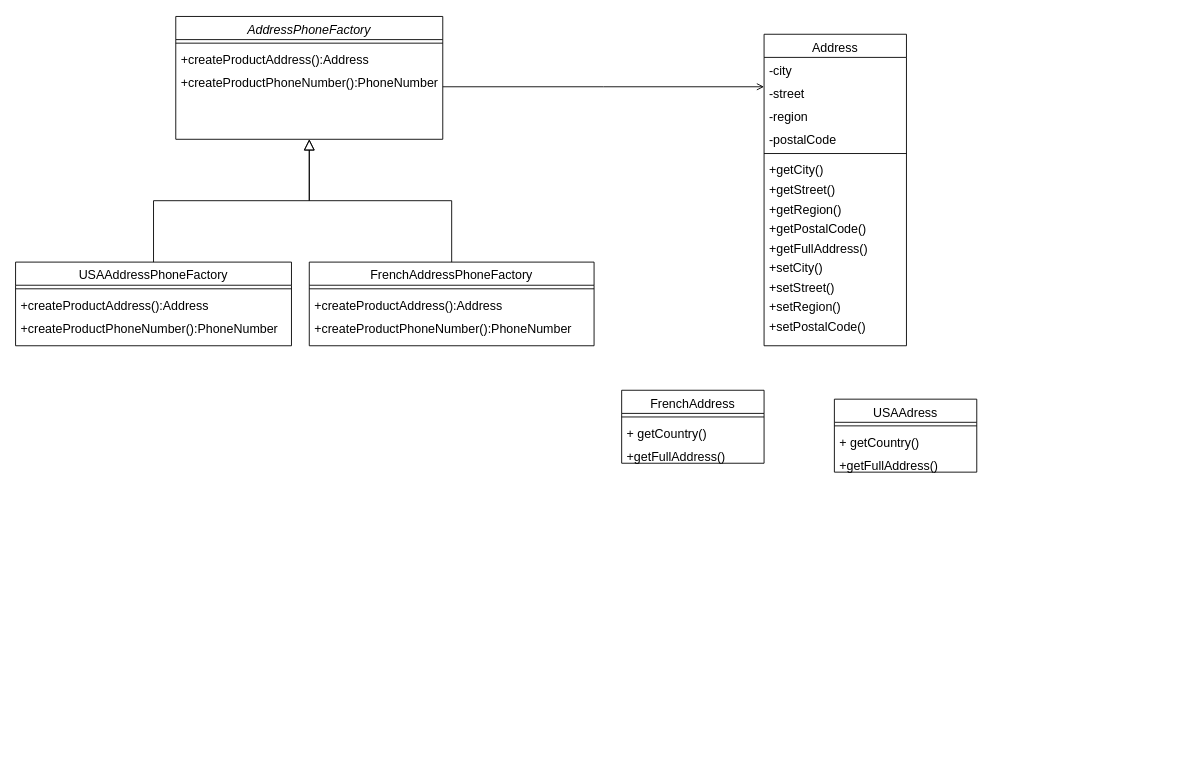
The draw.io diagram Seminar2.drawio in PanJr0109/PanJr0109, before the edit. Source tidied: cells renumbered, new cells numbered last; positions are measured from the earlier drawing's top-left corner, leaving out a move shared by most shapes. Both pictures are drawn from the tidied source at 89%, with x=0, y=0 at pixel (15, 16).
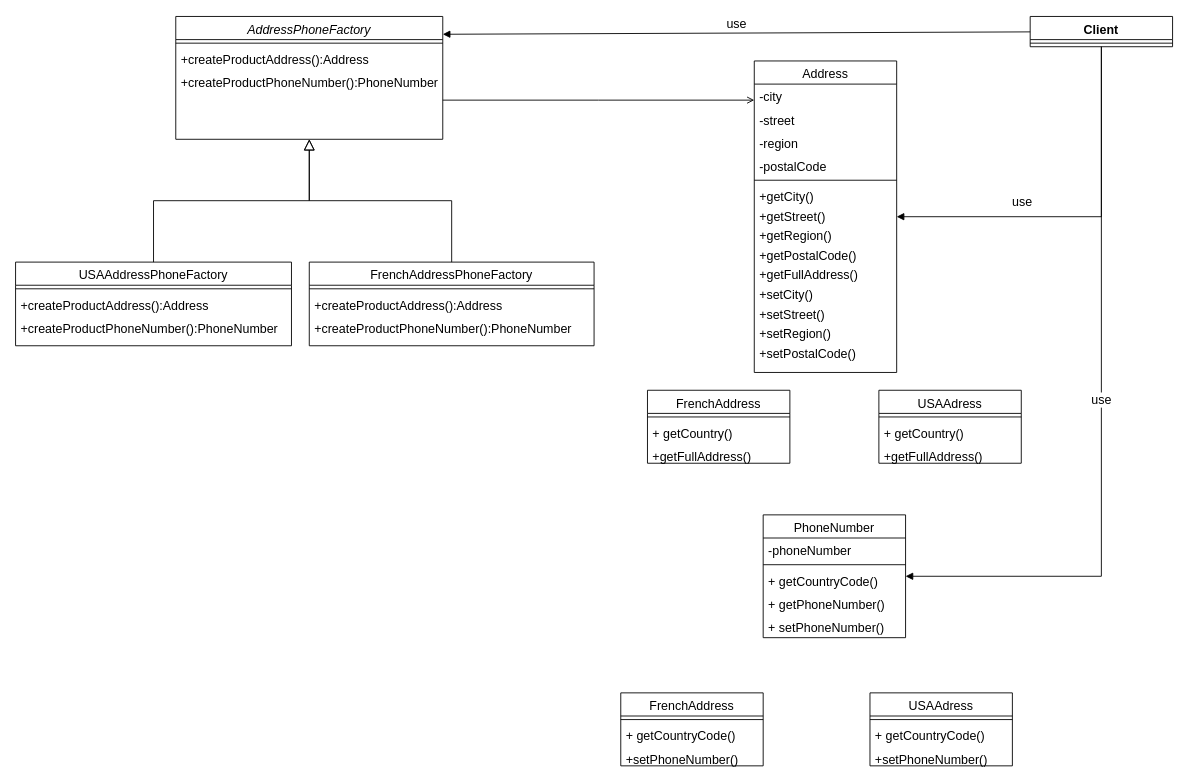
The same page after the edit.

The edit, as a diff of the source:
```diff
@@
     <mxCell id="16" value="Address" style="swimlane;fontStyle=0;align=center;verticalAlign=top;horizontal=1;startSize=26;rounded=0;shadow=0;strokeWidth=1;fontSize=14;" parent="1" vertex="1">
-      <mxGeometry x="841" y="20" width="160" height="350" as="geometry" />
+      <mxGeometry x="830" y="50" width="160" height="350" as="geometry" />
     </mxCell>
@@
     <mxCell id="32" value="FrenchAddress" style="swimlane;fontStyle=0;align=center;verticalAlign=top;horizontal=1;startSize=26;fontSize=14;" parent="1" vertex="1">
-      <mxGeometry x="681" y="420" width="160" height="82" as="geometry" />
+      <mxGeometry x="710" y="420" width="160" height="82" as="geometry" />
     </mxCell>
@@
     <mxCell id="36" value="USAAdress" style="swimlane;fontStyle=0;align=center;verticalAlign=top;horizontal=1;startSize=26;fontSize=14;" parent="1" vertex="1">
-      <mxGeometry x="920" y="430" width="160" height="82" as="geometry" />
+      <mxGeometry x="970" y="420" width="160" height="82" as="geometry" />
     </mxCell>
@@
+    <mxCell id="40" value="PhoneNumber" style="swimlane;fontStyle=0;align=center;verticalAlign=top;horizontal=1;startSize=26;fontSize=14;" parent="1" vertex="1">
+      <mxGeometry x="840" y="560" width="160" height="138" as="geometry" />
+    </mxCell>
+    <mxCell id="41" value="-phoneNumber" style="text;strokeColor=none;fillColor=none;align=left;verticalAlign=top;spacingLeft=4;spacingRight=4;overflow=hidden;fontSize=14;" parent="40" vertex="1">
+      <mxGeometry y="26" width="160" height="26" as="geometry" />
+    </mxCell>
+    <mxCell id="42" style="line;strokeWidth=1;fillColor=none;align=left;verticalAlign=middle;spacingTop=-1;spacingLeft=3;spacingRight=3;labelPosition=right;fontSize=14;" parent="40" vertex="1">
+      <mxGeometry y="52" width="160" height="8" as="geometry" />
+    </mxCell>
+    <mxCell id="43" value="+ getCountryCode()&#10;" style="text;strokeColor=none;fillColor=none;align=left;verticalAlign=top;spacingLeft=4;spacingRight=4;overflow=hidden;fontSize=14;" parent="40" vertex="1">
+      <mxGeometry y="60" width="160" height="26" as="geometry" />
+    </mxCell>
+    <mxCell id="44" value="+ getPhoneNumber()&#10;" style="text;strokeColor=none;fillColor=none;align=left;verticalAlign=top;spacingLeft=4;spacingRight=4;overflow=hidden;fontSize=14;" parent="40" vertex="1">
+      <mxGeometry y="86" width="160" height="26" as="geometry" />
+    </mxCell>
+    <mxCell id="45" value="+ setPhoneNumber()&#10;" style="text;strokeColor=none;fillColor=none;align=left;verticalAlign=top;spacingLeft=4;spacingRight=4;overflow=hidden;fontSize=14;" parent="40" vertex="1">
+      <mxGeometry y="112" width="160" height="26" as="geometry" />
+    </mxCell>
+    <mxCell id="46" value="FrenchAddress" style="swimlane;fontStyle=0;align=center;verticalAlign=top;horizontal=1;startSize=26;fontSize=14;" parent="1" vertex="1">
+      <mxGeometry x="680" y="760" width="160" height="82" as="geometry" />
+    </mxCell>
+    <mxCell id="47" style="line;strokeWidth=1;fillColor=none;align=left;verticalAlign=middle;spacingTop=-1;spacingLeft=3;spacingRight=3;labelPosition=right;fontSize=14;" parent="46" vertex="1">
+      <mxGeometry y="26" width="160" height="8" as="geometry" />
+    </mxCell>
+    <mxCell id="48" value="+ getCountryCode()&#10;" style="text;strokeColor=none;fillColor=none;align=left;verticalAlign=top;spacingLeft=4;spacingRight=4;overflow=hidden;fontSize=14;" parent="46" vertex="1">
+      <mxGeometry y="34" width="160" height="26" as="geometry" />
+    </mxCell>
+    <mxCell id="49" value="+setPhoneNumber()&#10;&#10;" style="text;align=left;verticalAlign=top;spacingLeft=4;spacingRight=4;overflow=hidden;fontSize=14;" parent="46" vertex="1">
+      <mxGeometry y="60" width="160" height="22" as="geometry" />
+    </mxCell>
+    <mxCell id="50" value="USAAdress" style="swimlane;fontStyle=0;align=center;verticalAlign=top;horizontal=1;startSize=26;fontSize=14;" parent="1" vertex="1">
+      <mxGeometry x="960" y="760" width="160" height="82" as="geometry" />
+    </mxCell>
+    <mxCell id="51" style="line;strokeWidth=1;fillColor=none;align=left;verticalAlign=middle;spacingTop=-1;spacingLeft=3;spacingRight=3;labelPosition=right;fontSize=14;" parent="50" vertex="1">
+      <mxGeometry y="26" width="160" height="8" as="geometry" />
+    </mxCell>
+    <mxCell id="52" value="+ getCountryCode()&#10;" style="text;strokeColor=none;fillColor=none;align=left;verticalAlign=top;spacingLeft=4;spacingRight=4;overflow=hidden;fontSize=14;" parent="50" vertex="1">
+      <mxGeometry y="34" width="160" height="26" as="geometry" />
+    </mxCell>
+    <mxCell id="53" value="+setPhoneNumber()&#10;&#10;" style="text;align=left;verticalAlign=top;spacingLeft=4;spacingRight=4;overflow=hidden;fontSize=14;" parent="50" vertex="1">
+      <mxGeometry y="60" width="160" height="22" as="geometry" />
+    </mxCell>
+    <mxCell id="54" value="Client" style="swimlane;fontStyle=1;align=center;verticalAlign=top;horizontal=1;startSize=26;fontSize=14;" parent="1" vertex="1">
+      <mxGeometry x="1140" width="160" height="34" as="geometry" />
+    </mxCell>
+    <mxCell id="55" style="line;strokeWidth=1;fillColor=none;align=left;verticalAlign=middle;spacingTop=-1;spacingLeft=3;spacingRight=3;labelPosition=right;fontSize=14;" parent="54" vertex="1">
+      <mxGeometry y="26" width="160" height="8" as="geometry" />
+    </mxCell>
+    <mxCell id="56" value="use" style="html=1;verticalAlign=bottom;endArrow=block;rounded=0;fontSize=14;" parent="1" edge="1" source="54">
+      <mxGeometry relative="1" as="geometry">
+        <mxPoint x="480" y="20" as="targetPoint" />
+      </mxGeometry>
+    </mxCell>
+    <mxCell id="57" value="use" style="html=1;verticalAlign=bottom;endArrow=block;rounded=0;fontSize=14;" parent="1" edge="1" source="54" target="16">
+      <mxGeometry x="0.33" y="-5" relative="1" as="geometry">
+        <Array as="points">
+          <mxPoint x="1220" y="225" />
+        </Array>
+      </mxGeometry>
+    </mxCell>
+    <mxCell id="58" value="use" style="html=1;verticalAlign=bottom;endArrow=block;rounded=0;fontSize=14;" parent="1" edge="1" source="54" target="40">
+      <mxGeometry relative="1" as="geometry">
+        <Array as="points">
+          <mxPoint x="1220" y="629" />
+        </Array>
+      </mxGeometry>
+    </mxCell>
```
